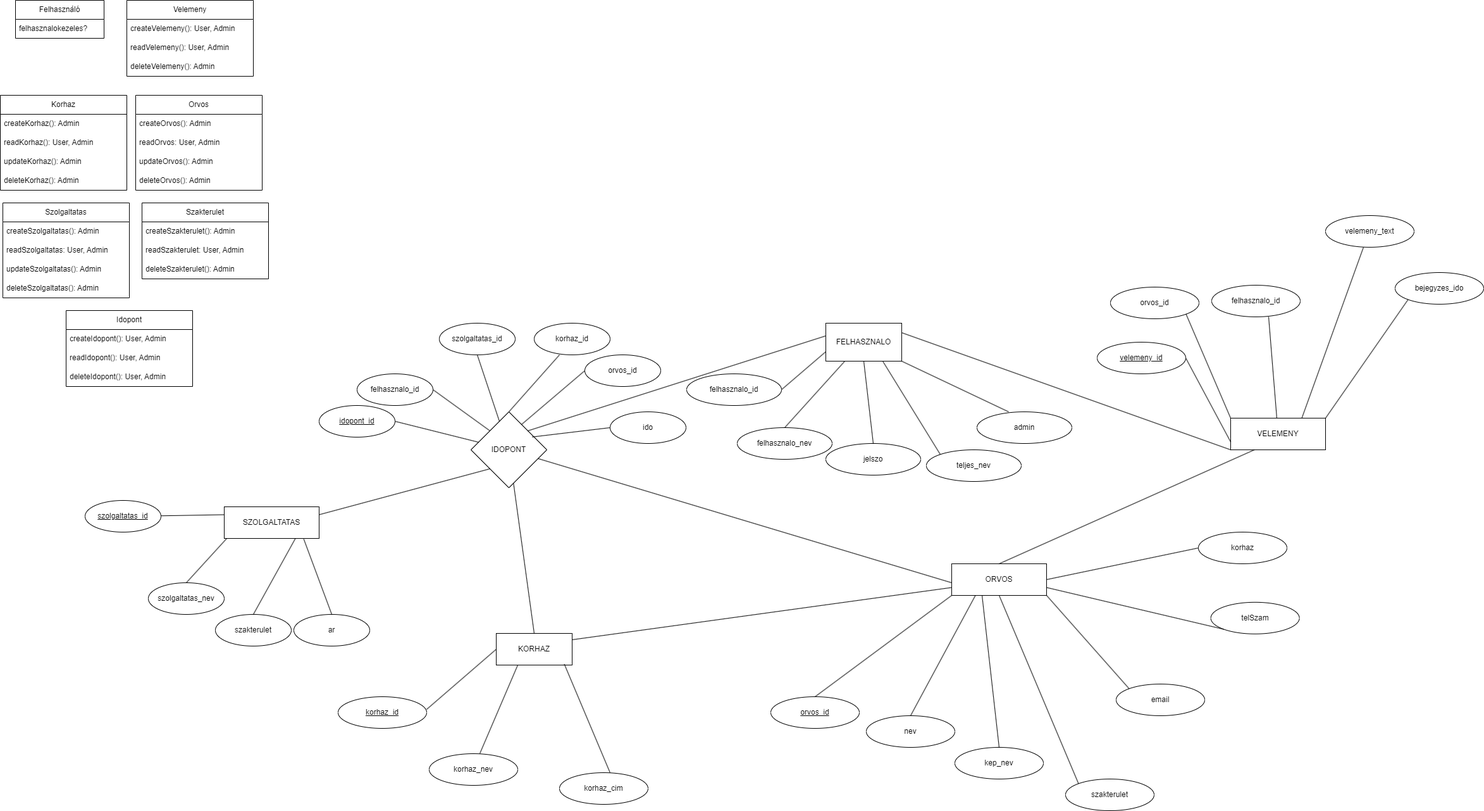
Above: Tervek/funkciocsomagok.drawio.png in horvathbence06/Vizsgaremek (draw.io), before the change. Source tidied: cells renumbered, new cells last; positions are measured from the earlier drawing's top-left corner, leaving out a move shared by most shapes.
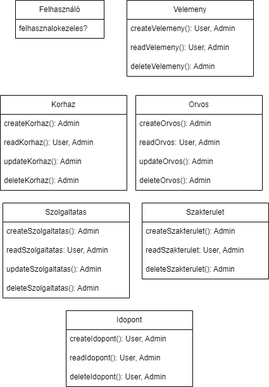
Above is the later version.

Commit message:
Funkciócsomagok javított

What changed in the source:
```diff
@@ -2,253 +2,6 @@
   <root>
     <mxCell id="0" />
     <mxCell id="1" parent="0" />
-    <mxCell id="2" value="KORHAZ" style="rounded=0;whiteSpace=wrap;html=1;" parent="1" vertex="1">
-      <mxGeometry x="784" y="1000" width="120" height="50" as="geometry" />
-    </mxCell>
-    <mxCell id="3" value="ORVOS" style="rounded=0;whiteSpace=wrap;html=1;" parent="1" vertex="1">
-      <mxGeometry x="1504" y="890" width="150" height="50" as="geometry" />
-    </mxCell>
-    <mxCell id="4" value="SZOLGALTATAS" style="rounded=0;whiteSpace=wrap;html=1;" parent="1" vertex="1">
-      <mxGeometry x="354" y="800" width="150" height="50" as="geometry" />
-    </mxCell>
-    <mxCell id="5" value="IDOPONT" style="rhombus;whiteSpace=wrap;html=1;" parent="1" vertex="1">
-      <mxGeometry x="744" y="650" width="120" height="120" as="geometry" />
-    </mxCell>
-    <mxCell id="6" value="nev" style="ellipse;whiteSpace=wrap;html=1;" parent="1" vertex="1">
-      <mxGeometry x="1369" y="1130" width="140" height="50" as="geometry" />
-    </mxCell>
-    <mxCell id="7" style="endArrow=none;html=1;rounded=0;entryX=0.25;entryY=1;entryDx=0;entryDy=0;exitX=0.5;exitY=0;exitDx=0;exitDy=0;endFill=0;" parent="1" edge="1" source="6" target="3">
-      <mxGeometry relative="1" as="geometry" />
-    </mxCell>
-    <mxCell id="8" value="kep_nev" style="ellipse;whiteSpace=wrap;html=1;" parent="1" vertex="1">
-      <mxGeometry x="1509" y="1180" width="140" height="50" as="geometry" />
-    </mxCell>
-    <mxCell id="9" style="endArrow=none;html=1;rounded=0;endFill=0;entryX=0.5;entryY=0;entryDx=0;entryDy=0;" parent="1" edge="1" target="8">
-      <mxGeometry relative="1" as="geometry">
-        <mxPoint x="1552" y="940" as="sourcePoint" />
-      </mxGeometry>
-    </mxCell>
-    <mxCell id="10" value="szakterulet" style="ellipse;whiteSpace=wrap;html=1;" parent="1" vertex="1">
-      <mxGeometry x="1684" y="1230" width="140" height="50" as="geometry" />
-    </mxCell>
-    <mxCell id="11" style="endArrow=none;html=1;rounded=0;exitX=0;exitY=0;exitDx=0;exitDy=0;endFill=0;entryX=0.5;entryY=1;entryDx=0;entryDy=0;" parent="1" edge="1" source="10" target="3">
-      <mxGeometry relative="1" as="geometry" />
-    </mxCell>
-    <mxCell id="12" value="email" style="ellipse;whiteSpace=wrap;html=1;" parent="1" vertex="1">
-      <mxGeometry x="1764" y="1080" width="140" height="50" as="geometry" />
-    </mxCell>
-    <mxCell id="13" style="endArrow=none;html=1;rounded=0;entryX=1;entryY=1;entryDx=0;entryDy=0;exitX=0;exitY=0;exitDx=0;exitDy=0;endFill=0;" parent="1" edge="1" source="12" target="3">
-      <mxGeometry relative="1" as="geometry" />
-    </mxCell>
-    <mxCell id="14" value="telSzam" style="ellipse;whiteSpace=wrap;html=1;" parent="1" vertex="1">
-      <mxGeometry x="1913.7" y="950.8" width="140" height="50" as="geometry" />
-    </mxCell>
-    <mxCell id="15" style="endArrow=none;html=1;rounded=0;entryX=0;entryY=1;entryDx=0;entryDy=0;exitX=1;exitY=0.75;exitDx=0;exitDy=0;endFill=0;" parent="1" edge="1" source="3" target="14">
-      <mxGeometry relative="1" as="geometry" />
-    </mxCell>
-    <mxCell id="16" value="korhaz" style="ellipse;whiteSpace=wrap;html=1;" parent="1" vertex="1">
-      <mxGeometry x="1894" y="840" width="140" height="50" as="geometry" />
-    </mxCell>
-    <mxCell id="17" style="endArrow=none;html=1;rounded=0;entryX=0;entryY=0.5;entryDx=0;entryDy=0;endFill=0;exitX=1;exitY=0.5;exitDx=0;exitDy=0;" parent="1" edge="1" source="3" target="16">
-      <mxGeometry relative="1" as="geometry" />
-    </mxCell>
-    <mxCell id="18" value="&lt;u&gt;orvos_id&lt;/u&gt;" style="ellipse;whiteSpace=wrap;html=1;" parent="1" vertex="1">
-      <mxGeometry x="1218" y="1100" width="140" height="50" as="geometry" />
-    </mxCell>
-    <mxCell id="19" style="endArrow=none;html=1;rounded=0;entryX=0.5;entryY=0;entryDx=0;entryDy=0;exitX=0;exitY=1;exitDx=0;exitDy=0;endFill=0;" parent="1" edge="1" source="3" target="18">
-      <mxGeometry relative="1" as="geometry" />
-    </mxCell>
-    <mxCell id="20" value="VELEMENY" style="rounded=0;whiteSpace=wrap;html=1;" parent="1" vertex="1">
-      <mxGeometry x="1945" y="660" width="150" height="50" as="geometry" />
-    </mxCell>
-    <mxCell id="21" value="&lt;u&gt;velemeny_id&lt;/u&gt;" style="ellipse;whiteSpace=wrap;html=1;" parent="1" vertex="1">
-      <mxGeometry x="1734" y="540" width="140" height="50" as="geometry" />
-    </mxCell>
-    <mxCell id="22" style="endArrow=none;html=1;rounded=0;entryX=1;entryY=0.5;entryDx=0;entryDy=0;exitX=0;exitY=0.75;exitDx=0;exitDy=0;endFill=0;" parent="1" edge="1" source="20" target="21">
-      <mxGeometry relative="1" as="geometry" />
-    </mxCell>
-    <mxCell id="23" value="orvos_id" style="ellipse;whiteSpace=wrap;html=1;" parent="1" vertex="1">
-      <mxGeometry x="1755" y="453" width="140" height="50" as="geometry" />
-    </mxCell>
-    <mxCell id="24" style="endArrow=none;html=1;rounded=0;exitX=0;exitY=0;exitDx=0;exitDy=0;endFill=0;entryX=1;entryY=1;entryDx=0;entryDy=0;" parent="1" edge="1" source="20" target="23">
-      <mxGeometry relative="1" as="geometry" />
-    </mxCell>
-    <mxCell id="25" value="velemeny_text" style="ellipse;whiteSpace=wrap;html=1;" parent="1" vertex="1">
-      <mxGeometry x="2095" y="340" width="140" height="50" as="geometry" />
-    </mxCell>
-    <mxCell id="26" style="endArrow=none;html=1;rounded=0;exitX=0.75;exitY=0;exitDx=0;exitDy=0;endFill=0;" parent="1" edge="1" source="20">
-      <mxGeometry relative="1" as="geometry">
-        <mxPoint x="2155" y="390" as="targetPoint" />
-      </mxGeometry>
-    </mxCell>
-    <mxCell id="27" value="&lt;u&gt;korhaz_id&lt;/u&gt;" style="ellipse;whiteSpace=wrap;html=1;" parent="1" vertex="1">
-      <mxGeometry x="534" y="1100" width="140" height="50" as="geometry" />
-    </mxCell>
-    <mxCell id="28" style="endArrow=none;html=1;rounded=0;entryX=0.5;entryY=0;entryDx=0;entryDy=0;exitX=0;exitY=0.5;exitDx=0;exitDy=0;endFill=0;" parent="1" edge="1" source="2">
-      <mxGeometry relative="1" as="geometry">
-        <mxPoint x="674" y="1120" as="targetPoint" />
-      </mxGeometry>
-    </mxCell>
-    <mxCell id="29" value="korhaz_nev" style="ellipse;whiteSpace=wrap;html=1;" parent="1" vertex="1">
-      <mxGeometry x="678" y="1190" width="140" height="50" as="geometry" />
-    </mxCell>
-    <mxCell id="30" style="endArrow=none;html=1;rounded=0;entryX=0.571;entryY=0;entryDx=0;entryDy=0;exitX=0;exitY=0.5;exitDx=0;exitDy=0;endFill=0;entryPerimeter=0;" parent="1" edge="1" target="29">
-      <mxGeometry relative="1" as="geometry">
-        <mxPoint x="818" y="1050" as="sourcePoint" />
-      </mxGeometry>
-    </mxCell>
-    <mxCell id="31" value="korhaz_cim" style="ellipse;whiteSpace=wrap;html=1;" parent="1" vertex="1">
-      <mxGeometry x="884" y="1220" width="140" height="50" as="geometry" />
-    </mxCell>
-    <mxCell id="32" style="endArrow=none;html=1;rounded=0;entryX=0.571;entryY=0;entryDx=0;entryDy=0;exitX=0.897;exitY=0.971;exitDx=0;exitDy=0;endFill=0;entryPerimeter=0;exitPerimeter=0;" parent="1" edge="1" source="2" target="31">
-      <mxGeometry relative="1" as="geometry" />
-    </mxCell>
-    <mxCell id="33" value="&lt;u&gt;szolgaltatas_id&lt;/u&gt;" style="ellipse;whiteSpace=wrap;html=1;" parent="1" vertex="1">
-      <mxGeometry x="134" y="790" width="120" height="50" as="geometry" />
-    </mxCell>
-    <mxCell id="34" style="endArrow=none;html=1;rounded=0;exitX=0;exitY=0.25;exitDx=0;exitDy=0;endFill=0;" parent="1" edge="1" source="4" target="33">
-      <mxGeometry relative="1" as="geometry" />
-    </mxCell>
-    <mxCell id="35" value="szolgaltatas_nev" style="ellipse;whiteSpace=wrap;html=1;" parent="1" vertex="1">
-      <mxGeometry x="234" y="920" width="120" height="50" as="geometry" />
-    </mxCell>
-    <mxCell id="36" style="endArrow=none;html=1;rounded=0;exitX=0;exitY=0.25;exitDx=0;exitDy=0;endFill=0;entryX=0.5;entryY=0;entryDx=0;entryDy=0;" parent="1" edge="1" target="35">
-      <mxGeometry relative="1" as="geometry">
-        <mxPoint x="358" y="850" as="sourcePoint" />
-      </mxGeometry>
-    </mxCell>
-    <mxCell id="37" value="ar" style="ellipse;whiteSpace=wrap;html=1;" parent="1" vertex="1">
-      <mxGeometry x="464" y="970" width="120" height="50" as="geometry" />
-    </mxCell>
-    <mxCell id="38" style="endArrow=none;html=1;rounded=0;endFill=0;entryX=0.5;entryY=0;entryDx=0;entryDy=0;exitX=0.838;exitY=1.02;exitDx=0;exitDy=0;exitPerimeter=0;" parent="1" edge="1" source="4" target="37">
-      <mxGeometry relative="1" as="geometry" />
-    </mxCell>
-    <mxCell id="39" value="szakterulet" style="ellipse;whiteSpace=wrap;html=1;" parent="1" vertex="1">
-      <mxGeometry x="340" y="970" width="120" height="50" as="geometry" />
-    </mxCell>
-    <mxCell id="40" style="endArrow=none;html=1;rounded=0;exitX=0.75;exitY=1;exitDx=0;exitDy=0;endFill=0;entryX=0.5;entryY=0;entryDx=0;entryDy=0;" parent="1" edge="1" source="4" target="39">
-      <mxGeometry relative="1" as="geometry" />
-    </mxCell>
-    <mxCell id="41" value="felhasznalo_id" style="ellipse;whiteSpace=wrap;html=1;" parent="1" vertex="1">
-      <mxGeometry x="564" y="590" width="120" height="50" as="geometry" />
-    </mxCell>
-    <mxCell id="42" style="endArrow=none;html=1;rounded=0;entryX=0.5;entryY=0;entryDx=0;entryDy=0;exitX=0;exitY=0;exitDx=0;exitDy=0;endFill=0;" parent="1" edge="1" source="5">
-      <mxGeometry relative="1" as="geometry">
-        <mxPoint x="684" y="615" as="targetPoint" />
-      </mxGeometry>
-    </mxCell>
-    <mxCell id="43" value="szolgaltatas_id" style="ellipse;whiteSpace=wrap;html=1;" parent="1" vertex="1">
-      <mxGeometry x="694" y="510" width="120" height="50" as="geometry" />
-    </mxCell>
-    <mxCell id="44" style="endArrow=none;html=1;rounded=0;entryX=0.5;entryY=1;entryDx=0;entryDy=0;endFill=0;" parent="1" edge="1" source="5" target="43">
-      <mxGeometry relative="1" as="geometry" />
-    </mxCell>
-    <mxCell id="45" value="korhaz_id" style="ellipse;whiteSpace=wrap;html=1;" parent="1" vertex="1">
-      <mxGeometry x="844" y="510" width="120" height="50" as="geometry" />
-    </mxCell>
-    <mxCell id="46" style="endArrow=none;html=1;rounded=0;entryX=0.5;entryY=0;entryDx=0;entryDy=0;exitX=0;exitY=1;exitDx=0;exitDy=0;endFill=0;" parent="1" edge="1" target="5">
-      <mxGeometry relative="1" as="geometry">
-        <mxPoint x="884" y="560" as="sourcePoint" />
-      </mxGeometry>
-    </mxCell>
-    <mxCell id="47" value="orvos_id" style="ellipse;whiteSpace=wrap;html=1;" parent="1" vertex="1">
-      <mxGeometry x="924" y="560" width="120" height="50" as="geometry" />
-    </mxCell>
-    <mxCell id="48" style="endArrow=none;html=1;rounded=0;entryX=0.5;entryY=0;entryDx=0;entryDy=0;exitX=0;exitY=0.5;exitDx=0;exitDy=0;endFill=0;" parent="1" edge="1" source="47">
-      <mxGeometry relative="1" as="geometry">
-        <mxPoint x="824" y="670" as="targetPoint" />
-      </mxGeometry>
-    </mxCell>
-    <mxCell id="49" value="ido" style="ellipse;whiteSpace=wrap;html=1;" parent="1" vertex="1">
-      <mxGeometry x="964" y="650" width="120" height="50" as="geometry" />
-    </mxCell>
-    <mxCell id="50" style="endArrow=none;html=1;rounded=0;entryX=0.807;entryY=0.331;entryDx=0;entryDy=0;exitX=0;exitY=0.5;exitDx=0;exitDy=0;endFill=0;entryPerimeter=0;" parent="1" edge="1" source="49" target="5">
-      <mxGeometry relative="1" as="geometry" />
-    </mxCell>
-    <mxCell id="51" style="endArrow=none;html=1;rounded=0;entryX=0;entryY=1;entryDx=0;entryDy=0;endFill=0;exitX=1;exitY=0.25;exitDx=0;exitDy=0;" parent="1" edge="1" source="4" target="5">
-      <mxGeometry relative="1" as="geometry" />
-    </mxCell>
-    <mxCell id="52" style="endArrow=none;html=1;rounded=0;endFill=0;exitX=0.5;exitY=0;exitDx=0;exitDy=0;" parent="1" edge="1" source="2" target="5">
-      <mxGeometry relative="1" as="geometry" />
-    </mxCell>
-    <mxCell id="53" style="endArrow=none;html=1;rounded=0;exitX=0;exitY=0.25;exitDx=0;exitDy=0;endFill=0;" parent="1" edge="1" target="5">
-      <mxGeometry relative="1" as="geometry">
-        <mxPoint x="1504" y="920" as="sourcePoint" />
-      </mxGeometry>
-    </mxCell>
-    <mxCell id="54" style="endArrow=none;html=1;rounded=0;exitX=0.643;exitY=1;exitDx=0;exitDy=0;endFill=0;exitPerimeter=0;" parent="1" edge="1" source="71" target="20">
-      <mxGeometry relative="1" as="geometry" />
-    </mxCell>
-    <mxCell id="55" style="endArrow=none;html=1;rounded=0;entryX=0;entryY=0.75;entryDx=0;entryDy=0;" parent="1" edge="1" target="3">
-      <mxGeometry relative="1" as="geometry">
-        <mxPoint x="904" y="1010" as="sourcePoint" />
-      </mxGeometry>
-    </mxCell>
-    <mxCell id="56" value="bejegyzes_ido" style="ellipse;whiteSpace=wrap;html=1;" parent="1" vertex="1">
-      <mxGeometry x="2205" y="430" width="140" height="50" as="geometry" />
-    </mxCell>
-    <mxCell id="57" style="endArrow=none;html=1;rounded=0;entryX=0;entryY=1;entryDx=0;entryDy=0;exitX=1;exitY=0;exitDx=0;exitDy=0;endFill=0;" parent="1" edge="1" source="20" target="56">
-      <mxGeometry relative="1" as="geometry" />
-    </mxCell>
-    <mxCell id="58" value="&lt;u&gt;idopont_id&lt;/u&gt;" style="ellipse;whiteSpace=wrap;html=1;" parent="1" vertex="1">
-      <mxGeometry x="504" y="640" width="120" height="50" as="geometry" />
-    </mxCell>
-    <mxCell id="59" style="endArrow=none;html=1;rounded=0;entryX=0.5;entryY=0;entryDx=0;entryDy=0;endFill=0;" parent="1" edge="1" source="5">
-      <mxGeometry relative="1" as="geometry">
-        <mxPoint x="624" y="665" as="targetPoint" />
-      </mxGeometry>
-    </mxCell>
-    <mxCell id="60" value="FELHASZNALO" style="rounded=0;whiteSpace=wrap;html=1;" parent="1" vertex="1">
-      <mxGeometry x="1305" y="510" width="120" height="60" as="geometry" />
-    </mxCell>
-    <mxCell id="61" value="felhasznalo_id" style="ellipse;whiteSpace=wrap;html=1;" parent="1" vertex="1">
-      <mxGeometry x="1085" y="590" width="150" height="50" as="geometry" />
-    </mxCell>
-    <mxCell id="62" style="endArrow=none;html=1;rounded=0;entryX=0;entryY=0.75;entryDx=0;entryDy=0;exitX=1;exitY=0.5;exitDx=0;exitDy=0;" parent="1" edge="1" source="61" target="60">
-      <mxGeometry relative="1" as="geometry" />
-    </mxCell>
-    <mxCell id="63" value="felhasznalo_nev" style="ellipse;whiteSpace=wrap;html=1;" parent="1" vertex="1">
-      <mxGeometry x="1165" y="675" width="150" height="50" as="geometry" />
-    </mxCell>
-    <mxCell id="64" style="endArrow=none;html=1;rounded=0;entryX=0.25;entryY=1;entryDx=0;entryDy=0;exitX=0.5;exitY=0;exitDx=0;exitDy=0;" parent="1" edge="1" source="63" target="60">
-      <mxGeometry relative="1" as="geometry" />
-    </mxCell>
-    <mxCell id="65" value="jelszo" style="ellipse;whiteSpace=wrap;html=1;" parent="1" vertex="1">
-      <mxGeometry x="1305" y="700" width="150" height="50" as="geometry" />
-    </mxCell>
-    <mxCell id="66" style="endArrow=none;html=1;rounded=0;entryX=0.5;entryY=1;entryDx=0;entryDy=0;exitX=0.5;exitY=0;exitDx=0;exitDy=0;" parent="1" edge="1" source="65" target="60">
-      <mxGeometry relative="1" as="geometry" />
-    </mxCell>
-    <mxCell id="67" value="teljes_nev" style="ellipse;whiteSpace=wrap;html=1;" parent="1" vertex="1">
-      <mxGeometry x="1464" y="710" width="150" height="50" as="geometry" />
-    </mxCell>
-    <mxCell id="68" style="endArrow=none;html=1;rounded=0;entryX=0.75;entryY=1;entryDx=0;entryDy=0;exitX=0;exitY=0;exitDx=0;exitDy=0;" parent="1" edge="1" source="67" target="60">
-      <mxGeometry relative="1" as="geometry" />
-    </mxCell>
-    <mxCell id="69" style="endArrow=none;html=1;rounded=0;entryX=0;entryY=0.5;entryDx=0;entryDy=0;exitX=1;exitY=1;exitDx=0;exitDy=0;" parent="1" edge="1" source="60">
-      <mxGeometry relative="1" as="geometry">
-        <mxPoint x="1594" y="650" as="targetPoint" />
-      </mxGeometry>
-    </mxCell>
-    <mxCell id="70" value="admin" style="ellipse;whiteSpace=wrap;html=1;" parent="1" vertex="1">
-      <mxGeometry x="1544" y="650" width="150" height="50" as="geometry" />
-    </mxCell>
-    <mxCell id="71" value="felhasznalo_id" style="ellipse;whiteSpace=wrap;html=1;" parent="1" vertex="1">
-      <mxGeometry x="1915" y="450" width="140" height="50" as="geometry" />
-    </mxCell>
-    <mxCell id="72" style="endArrow=none;html=1;rounded=0;exitX=0.5;exitY=0;exitDx=0;exitDy=0;endFill=0;entryX=0.25;entryY=1;entryDx=0;entryDy=0;" parent="1" edge="1" source="3" target="20">
-      <mxGeometry relative="1" as="geometry" />
-    </mxCell>
-    <mxCell id="73" style="endArrow=none;html=1;rounded=0;entryX=0;entryY=0.75;entryDx=0;entryDy=0;exitX=1;exitY=0;exitDx=0;exitDy=0;" parent="1" edge="1" source="5">
-      <mxGeometry relative="1" as="geometry">
-        <mxPoint x="1305" y="530" as="targetPoint" />
-      </mxGeometry>
-    </mxCell>
-    <mxCell id="74" style="endArrow=none;html=1;rounded=0;entryX=0;entryY=0.75;entryDx=0;entryDy=0;exitX=1;exitY=0.25;exitDx=0;exitDy=0;" parent="1" edge="1" source="60">
-      <mxGeometry relative="1" as="geometry">
-        <mxPoint x="1945" y="710" as="targetPoint" />
-      </mxGeometry>
-    </mxCell>
     <mxCell id="75" value="Felhasználó" style="swimlane;fontStyle=0;horizontal=1;startSize=30;whiteSpace=wrap;html=1;" parent="1" vertex="1">
       <mxGeometry x="24" width="140" height="60" as="geometry" />
     </mxCell>
```
